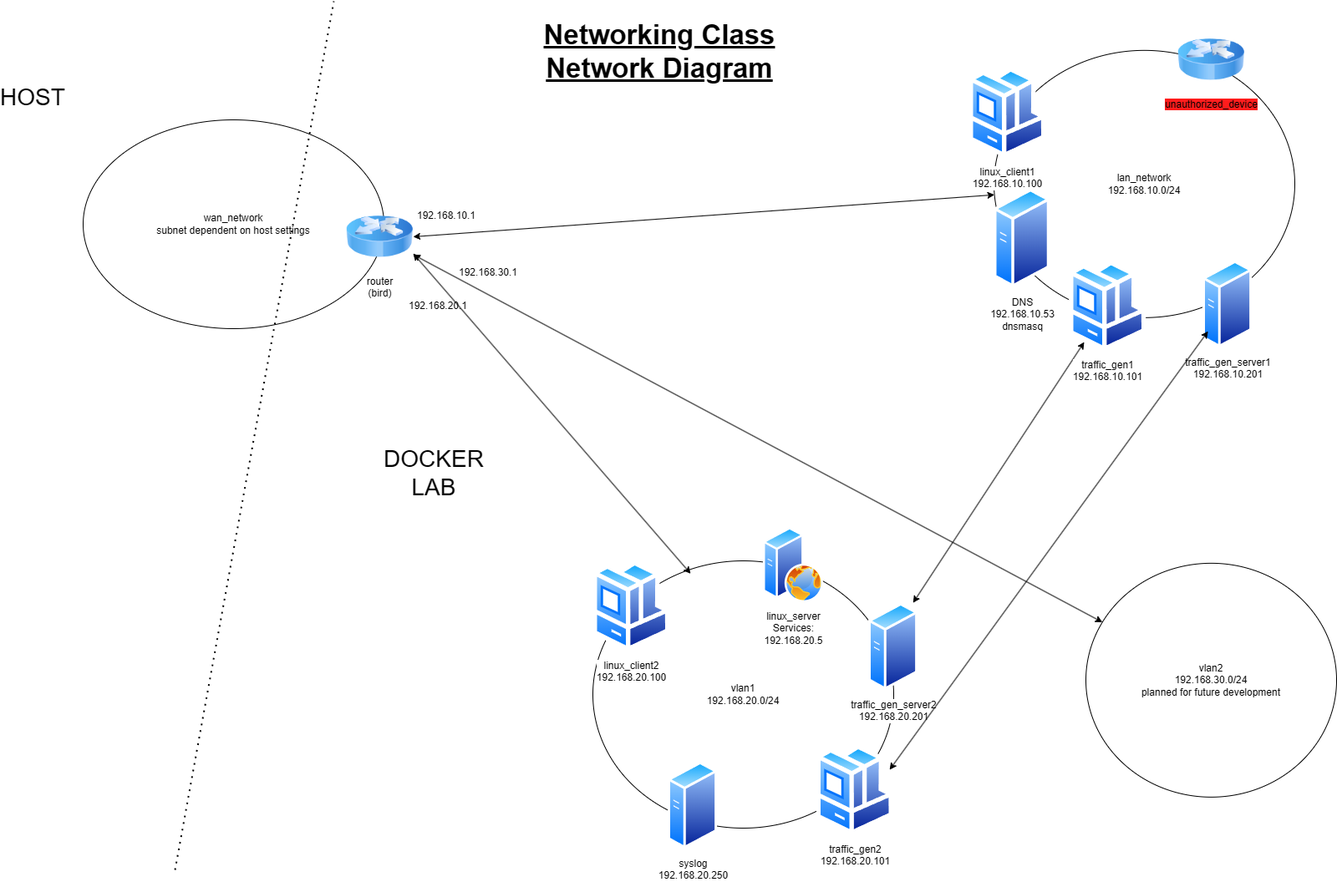
Earlier version of the draw.io export Networking Class January Drill/NetworkingLab.drawio.png (butgreg/Exercises). Source tidied: cells renumbered, new cells last; positions are measured from the earlier drawing's top-left corner, leaving out a move shared by most shapes.
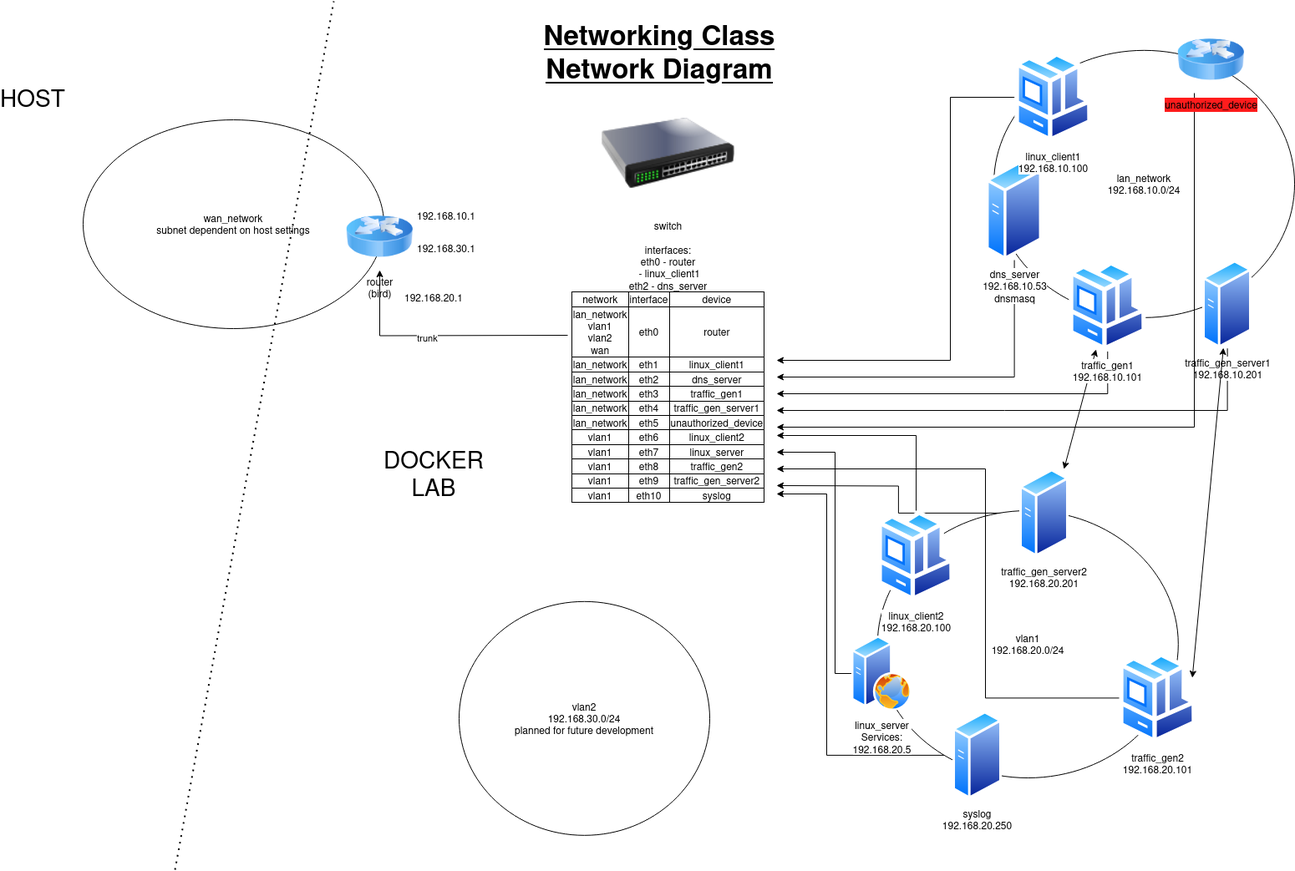
The same file after the commit.

Change to the diagram source:
```diff
@@ -2,9 +2,6 @@
   <root>
     <mxCell id="0" />
     <mxCell id="1" parent="0" />
-    <mxCell id="2" value="vlan1&lt;div&gt;192.168.20.0/24&lt;/div&gt;" style="ellipse;whiteSpace=wrap;html=1;" parent="1" vertex="1">
-      <mxGeometry x="700" y="670" width="360" height="320" as="geometry" />
-    </mxCell>
     <mxCell id="3" value="wan_network&lt;br&gt;subnet dependent on host settings" style="ellipse;whiteSpace=wrap;html=1;" parent="1" vertex="1">
       <mxGeometry x="90" y="142" width="360" height="250" as="geometry" />
     </mxCell>
@@ -15,7 +12,7 @@
       </mxGeometry>
     </mxCell>
     <mxCell id="5" value="vlan2&lt;div&gt;192.168.30.0/24&lt;br&gt;planned for future development&lt;/div&gt;" style="ellipse;whiteSpace=wrap;html=1;" parent="1" vertex="1">
-      <mxGeometry x="1290" y="672.9" width="300" height="280" as="geometry" />
+      <mxGeometry x="540" y="718.8" width="300" height="280" as="geometry" />
     </mxCell>
     <mxCell id="6" value="router&lt;div&gt;(bird)&lt;/div&gt;" style="image;html=1;image=img/lib/clip_art/networking/Router_Icon_128x128.png;" parent="1" vertex="1">
       <mxGeometry x="405" y="242" width="80" height="80" as="geometry" />
@@ -23,15 +20,6 @@
     <mxCell id="7" value="192.168.10.1" style="text;html=1;align=center;verticalAlign=middle;whiteSpace=wrap;rounded=0;" parent="1" vertex="1">
       <mxGeometry x="495" y="242" width="60" height="30" as="geometry" />
     </mxCell>
-    <mxCell id="8" style="endArrow=classic;startArrow=classic;html=1;rounded=0;entryX=0.325;entryY=0.048;entryDx=0;entryDy=0;entryPerimeter=0;exitX=1;exitY=0.75;exitDx=0;exitDy=0;" parent="1" edge="1" source="6" target="2">
-      <mxGeometry relative="1" as="geometry" />
-    </mxCell>
-    <mxCell id="9" style="endArrow=classic;startArrow=classic;html=1;rounded=0;exitX=1;exitY=0.5;exitDx=0;exitDy=0;" parent="1" edge="1" source="6" target="22">
-      <mxGeometry relative="1" as="geometry" />
-    </mxCell>
-    <mxCell id="10" style="endArrow=classic;startArrow=classic;html=1;rounded=0;" parent="1" edge="1" source="5" target="6">
-      <mxGeometry relative="1" as="geometry" />
-    </mxCell>
     <mxCell id="11" value="HOST" style="text;html=1;align=center;verticalAlign=middle;whiteSpace=wrap;rounded=0;fontSize=28;" parent="1" vertex="1">
       <mxGeometry y="100" width="60" height="30" as="geometry" />
     </mxCell>
@@ -42,49 +30,148 @@
       <mxGeometry x="630" y="20" width="300" height="80" as="geometry" />
     </mxCell>
     <mxCell id="14" value="192.168.20.1" style="text;html=1;align=center;verticalAlign=middle;whiteSpace=wrap;rounded=0;" parent="1" vertex="1">
-      <mxGeometry x="485" y="350" width="60" height="30" as="geometry" />
+      <mxGeometry x="480" y="340" width="60" height="30" as="geometry" />
     </mxCell>
     <mxCell id="15" value="192.168.30.1" style="text;html=1;align=center;verticalAlign=middle;whiteSpace=wrap;rounded=0;" parent="1" vertex="1">
-      <mxGeometry x="545" y="310" width="60" height="30" as="geometry" />
+      <mxGeometry x="495" y="280.6" width="60" height="30" as="geometry" />
     </mxCell>
+    <mxCell id="21" style="endArrow=classic;startArrow=classic;html=1;rounded=0;exitX=0.899;exitY=0.002;exitDx=0;exitDy=0;exitPerimeter=0;" parent="1" edge="1" source="20" target="25">
+      <mxGeometry relative="1" as="geometry" />
+    </mxCell>
+    <mxCell id="22" value="lan_network&lt;div&gt;192.168.10.0/24&lt;/div&gt;" style="ellipse;whiteSpace=wrap;html=1;" parent="1" vertex="1">
+      <mxGeometry x="1180" y="58.8" width="360" height="320" as="geometry" />
+    </mxCell>
+    <mxCell id="29" style="edgeStyle=orthogonalEdgeStyle;rounded=0;jettySize=auto;html=1;" parent="1" edge="1" source="23">
+      <mxGeometry relative="1" as="geometry">
+        <mxPoint x="920" y="450" as="targetPoint" />
+        <Array as="points">
+          <mxPoint x="1205" y="450" />
+        </Array>
+      </mxGeometry>
+    </mxCell>
+    <mxCell id="23" value="dns_server&lt;div&gt;192.168.10.53&lt;/div&gt;&lt;div&gt;dnsmasq&lt;/div&gt;" style="image;perimeter=ellipsePerimeter;html=1;align=center;shadow=0;dashed=0;spacingTop=3;image=img/lib/active_directory/generic_server.svg;" parent="1" vertex="1">
+      <mxGeometry x="1171" y="190" width="67.2" height="120" as="geometry" />
+    </mxCell>
+    <mxCell id="30" style="edgeStyle=orthogonalEdgeStyle;rounded=0;jettySize=auto;html=1;" parent="1" edge="1" source="24">
+      <mxGeometry relative="1" as="geometry">
+        <mxPoint x="920" y="430" as="targetPoint" />
+        <Array as="points">
+          <mxPoint x="1128" y="115" />
+          <mxPoint x="1128" y="430" />
+        </Array>
+      </mxGeometry>
+    </mxCell>
+    <mxCell id="24" value="linux_client1&lt;div&gt;192.168.10.100&lt;/div&gt;" style="image;perimeter=ellipsePerimeter;html=1;align=center;shadow=0;dashed=0;spacingTop=3;image=img/lib/active_directory/workstation_client.svg;" parent="1" vertex="1">
+      <mxGeometry x="1205" y="60.6" width="92.5" height="108.8" as="geometry" />
+    </mxCell>
+    <mxCell id="31" style="edgeStyle=orthogonalEdgeStyle;rounded=0;jettySize=auto;html=1;" parent="1" edge="1" source="25">
+      <mxGeometry relative="1" as="geometry">
+        <mxPoint x="920" y="470" as="targetPoint" />
+        <Array as="points">
+          <mxPoint x="1316" y="470" />
+        </Array>
+      </mxGeometry>
+    </mxCell>
+    <mxCell id="25" value="traffic_gen1&lt;div&gt;192.168.10.101&lt;/div&gt;" style="image;perimeter=ellipsePerimeter;html=1;align=center;shadow=0;dashed=0;spacingTop=3;image=img/lib/active_directory/workstation_client.svg;" parent="1" vertex="1">
+      <mxGeometry x="1270" y="310.6" width="92.5" height="108.8" as="geometry" />
+    </mxCell>
+    <mxCell id="32" style="edgeStyle=orthogonalEdgeStyle;rounded=0;jettySize=auto;html=1;" parent="1" edge="1" source="26">
+      <mxGeometry relative="1" as="geometry">
+        <mxPoint x="920" y="490" as="targetPoint" />
+        <Array as="points">
+          <mxPoint x="1460" y="490" />
+        </Array>
+      </mxGeometry>
+    </mxCell>
+    <mxCell id="26" value="traffic_gen_server1&lt;div&gt;192.168.10.201&lt;/div&gt;" style="image;perimeter=ellipsePerimeter;html=1;align=center;shadow=0;dashed=0;spacingTop=3;image=img/lib/active_directory/generic_server.svg;" parent="1" vertex="1">
+      <mxGeometry x="1430" y="310" width="59.2" height="105.7" as="geometry" />
+    </mxCell>
+    <mxCell id="33" style="edgeStyle=orthogonalEdgeStyle;rounded=0;jettySize=auto;html=1;" parent="1" edge="1" source="27">
+      <mxGeometry relative="1" as="geometry">
+        <mxPoint x="920" y="510" as="targetPoint" />
+        <Array as="points">
+          <mxPoint x="1420" y="510" />
+        </Array>
+      </mxGeometry>
+    </mxCell>
+    <mxCell id="27" value="&lt;span style=&quot;background-color: rgb(255, 28, 28);&quot;&gt;unauthorized_device&lt;/span&gt;" style="image;html=1;image=img/lib/clip_art/networking/Router_Icon_128x128.png;" parent="1" vertex="1">
+      <mxGeometry x="1400" y="30" width="80" height="80" as="geometry" />
+    </mxCell>
+    <mxCell id="28" style="endArrow=classic;startArrow=classic;html=1;rounded=0;exitX=1;exitY=0.25;exitDx=0;exitDy=0;" parent="1" edge="1" source="18" target="26">
+      <mxGeometry relative="1" as="geometry" />
+    </mxCell>
+    <mxCell id="34" style="edgeStyle=orthogonalEdgeStyle;rounded=0;jettySize=auto;html=1;" parent="1" edge="1" target="6">
+      <mxGeometry relative="1" as="geometry">
+        <mxPoint x="670" y="400" as="sourcePoint" />
+      </mxGeometry>
+    </mxCell>
+    <mxCell id="35" value="trunk" style="edgeLabel;html=1;align=center;verticalAlign=middle;" parent="34" vertex="1">
+      <mxGeometry x="0.12" y="2" relative="1" as="geometry" />
+    </mxCell>
+    <mxCell id="36" value="&lt;div&gt;switch&lt;/div&gt;&lt;div&gt;&lt;br&gt;&lt;/div&gt;&lt;div&gt;interfaces:&lt;/div&gt;&lt;div&gt;eth0 - router&lt;/div&gt;&lt;div&gt;&amp;nbsp;- linux_client1&lt;/div&gt;&lt;div&gt;eth2 - dns_server&lt;/div&gt;&lt;div&gt;&lt;table style=&quot;border: 1px solid rgb(0, 0, 0); border-collapse: collapse;&quot; border=&quot;1&quot;&gt;&lt;tbody&gt;&lt;tr&gt;&lt;td&gt;network&lt;br&gt;&lt;/td&gt;&lt;td&gt;interface&lt;br&gt;&lt;/td&gt;&lt;td&gt;device&lt;br&gt;&lt;/td&gt;&lt;/tr&gt;&lt;tr&gt;&lt;td&gt;lan_network&lt;br&gt;vlan1&lt;br&gt;vlan2&lt;br&gt;wan&lt;br&gt;&lt;/td&gt;&lt;td&gt;eth0&lt;/td&gt;&lt;td&gt;router&lt;br&gt;&lt;/td&gt;&lt;/tr&gt;&lt;tr&gt;&lt;td&gt;lan_network&lt;br&gt;&lt;/td&gt;&lt;td&gt;eth1&lt;br&gt;&lt;/td&gt;&lt;td&gt;linux_client1&lt;br&gt;&lt;/td&gt;&lt;/tr&gt;&lt;tr&gt;&lt;td&gt;lan_network&lt;br&gt;&lt;/td&gt;&lt;td&gt;eth2&lt;br&gt;&lt;/td&gt;&lt;td&gt;dns_server&lt;br&gt;&lt;/td&gt;&lt;/tr&gt;&lt;tr&gt;&lt;td&gt;lan_network&lt;/td&gt;&lt;td&gt;eth3&lt;br&gt;&lt;/td&gt;&lt;td&gt;traffic_gen1&lt;/td&gt;&lt;/tr&gt;&lt;tr&gt;&lt;td&gt;lan_network&lt;/td&gt;&lt;td&gt;eth4&lt;/td&gt;&lt;td&gt;traffic_gen_server1&lt;br&gt;&lt;/td&gt;&lt;/tr&gt;&lt;tr&gt;&lt;td&gt;lan_network&lt;/td&gt;&lt;td&gt;eth5&lt;/td&gt;&lt;td&gt;unauthorized_device&lt;br&gt;&lt;/td&gt;&lt;/tr&gt;&lt;tr&gt;&lt;td&gt;vlan1&lt;br&gt;&lt;/td&gt;&lt;td&gt;eth6&lt;/td&gt;&lt;td&gt;linux_client2&lt;br&gt;&lt;/td&gt;&lt;/tr&gt;&lt;tr&gt;&lt;td&gt;vlan1&lt;/td&gt;&lt;td&gt;eth7&lt;/td&gt;&lt;td&gt;linux_server&lt;br&gt;&lt;/td&gt;&lt;/tr&gt;&lt;tr&gt;&lt;td&gt;vlan1&lt;/td&gt;&lt;td&gt;eth8&lt;/td&gt;&lt;td&gt;traffic_gen2&lt;br&gt;&lt;/td&gt;&lt;/tr&gt;&lt;tr&gt;&lt;td&gt;vlan1&lt;/td&gt;&lt;td&gt;eth9&lt;/td&gt;&lt;td&gt;traffic_gen_server2&lt;br&gt;&lt;/td&gt;&lt;/tr&gt;&lt;tr&gt;&lt;td&gt;vlan1&lt;/td&gt;&lt;td&gt;eth10&lt;/td&gt;&lt;td&gt;syslog&lt;br&gt;&lt;/td&gt;&lt;/tr&gt;&lt;/tbody&gt;&lt;/table&gt;&lt;br&gt;&lt;/div&gt;" style="image;html=1;image=img/lib/clip_art/networking/Switch_128x128.png;" parent="1" vertex="1">
+      <mxGeometry x="710" y="110" width="160" height="145" as="geometry" />
+    </mxCell>
+    <mxCell id="37" style="edgeStyle=orthogonalEdgeStyle;rounded=0;jettySize=auto;html=1;" parent="1" edge="1" source="16">
+      <mxGeometry relative="1" as="geometry">
+        <mxPoint x="920" y="540" as="targetPoint" />
+        <Array as="points">
+          <mxPoint x="990" y="805" />
+          <mxPoint x="990" y="540" />
+        </Array>
+      </mxGeometry>
+    </mxCell>
+    <mxCell id="38" style="edgeStyle=orthogonalEdgeStyle;rounded=0;jettySize=auto;html=1;" parent="1" edge="1" source="17">
+      <mxGeometry relative="1" as="geometry">
+        <mxPoint x="920" y="520" as="targetPoint" />
+        <Array as="points">
+          <mxPoint x="1087" y="520" />
+          <mxPoint x="930" y="520" />
+        </Array>
+      </mxGeometry>
+    </mxCell>
+    <mxCell id="39" style="edgeStyle=orthogonalEdgeStyle;rounded=0;jettySize=auto;html=1;" parent="1" edge="1" source="19">
+      <mxGeometry relative="1" as="geometry">
+        <mxPoint x="920" y="590" as="targetPoint" />
+        <Array as="points">
+          <mxPoint x="980" y="903" />
+          <mxPoint x="980" y="590" />
+        </Array>
+      </mxGeometry>
+    </mxCell>
+    <mxCell id="40" style="edgeStyle=orthogonalEdgeStyle;rounded=0;jettySize=auto;html=1;" parent="1" edge="1" source="20">
+      <mxGeometry relative="1" as="geometry">
+        <mxPoint x="920" y="580" as="targetPoint" />
+      </mxGeometry>
+    </mxCell>
+    <mxCell id="41" style="group;" parent="1" vertex="1">
+      <mxGeometry x="1010" y="560" width="412.5" height="395.7" as="geometry" />
+    </mxCell>
+    <mxCell id="2" value="vlan1&lt;div&gt;192.168.20.0/24&lt;/div&gt;" style="ellipse;whiteSpace=wrap;html=1;" parent="41" vertex="1">
+      <mxGeometry x="30.8" y="50" width="360" height="320" as="geometry" />
+    </mxCell>
-    <mxCell id="16" value="linux_server&lt;div&gt;Services:&lt;br&gt;192.168.20.5&lt;/div&gt;" style="image;perimeter=ellipsePerimeter;html=1;align=center;shadow=0;dashed=0;spacingTop=3;image=img/lib/active_directory/web_server.svg;" parent="1" vertex="1">
-      <mxGeometry x="904" y="630" width="72" height="90" as="geometry" />
+    <mxCell id="16" value="linux_server&lt;div&gt;Services:&lt;br&gt;192.168.20.5&lt;/div&gt;" style="image;perimeter=ellipsePerimeter;html=1;align=center;shadow=0;dashed=0;spacingTop=3;image=img/lib/active_directory/web_server.svg;" parent="41" vertex="1">
+      <mxGeometry y="200" width="72" height="90" as="geometry" />
     </mxCell>
-    <mxCell id="17" value="linux_client2&lt;div&gt;192.168.20.100&lt;/div&gt;" style="image;perimeter=ellipsePerimeter;html=1;align=center;shadow=0;dashed=0;spacingTop=3;image=img/lib/active_directory/workstation_client.svg;" parent="1" vertex="1">
-      <mxGeometry x="700" y="670" width="92.5" height="108.8" as="geometry" />
+    <mxCell id="17" value="linux_client2&lt;div&gt;192.168.20.100&lt;/div&gt;" style="image;perimeter=ellipsePerimeter;html=1;align=center;shadow=0;dashed=0;spacingTop=3;image=img/lib/active_directory/workstation_client.svg;" parent="41" vertex="1">
+      <mxGeometry x="30.8" y="50" width="92.5" height="108.8" as="geometry" />
     </mxCell>
-    <mxCell id="18" value="traffic_gen2&lt;div&gt;192.168.20.101&lt;/div&gt;" style="image;perimeter=ellipsePerimeter;html=1;align=center;shadow=0;dashed=0;spacingTop=3;image=img/lib/active_directory/workstation_client.svg;" parent="1" vertex="1">
-      <mxGeometry x="967.5" y="890" width="92.5" height="108.8" as="geometry" />
+    <mxCell id="18" value="traffic_gen2&lt;div&gt;192.168.20.101&lt;/div&gt;" style="image;perimeter=ellipsePerimeter;html=1;align=center;shadow=0;dashed=0;spacingTop=3;image=img/lib/active_directory/workstation_client.svg;" parent="41" vertex="1">
+      <mxGeometry x="320" y="220" width="92.5" height="108.8" as="geometry" />
     </mxCell>
-    <mxCell id="19" value="syslog&lt;br&gt;&lt;div&gt;192.168.20.250&lt;/div&gt;" style="image;perimeter=ellipsePerimeter;html=1;align=center;shadow=0;dashed=0;spacingTop=3;image=img/lib/active_directory/generic_server.svg;" parent="1" vertex="1">
-      <mxGeometry x="790" y="910" width="59.2" height="105.7" as="geometry" />
+    <mxCell id="19" value="syslog&lt;br&gt;&lt;div&gt;192.168.20.250&lt;/div&gt;" style="image;perimeter=ellipsePerimeter;html=1;align=center;shadow=0;dashed=0;spacingTop=3;image=img/lib/active_directory/generic_server.svg;" parent="41" vertex="1">
+      <mxGeometry x="120.8" y="290" width="59.2" height="105.7" as="geometry" />
     </mxCell>
-    <mxCell id="20" value="traffic_gen_server2&lt;div&gt;192.168.20.201&lt;/div&gt;" style="image;perimeter=ellipsePerimeter;html=1;align=center;shadow=0;dashed=0;spacingTop=3;image=img/lib/active_directory/generic_server.svg;" parent="1" vertex="1">
-      <mxGeometry x="1030" y="720" width="59.2" height="105.7" as="geometry" />
+    <mxCell id="20" value="traffic_gen_server2&lt;div&gt;192.168.20.201&lt;/div&gt;" style="image;perimeter=ellipsePerimeter;html=1;align=center;shadow=0;dashed=0;spacingTop=3;image=img/lib/active_directory/generic_server.svg;" parent="41" vertex="1">
+      <mxGeometry x="200.8" width="59.2" height="105.7" as="geometry" />
     </mxCell>
-    <mxCell id="21" style="endArrow=classic;startArrow=classic;html=1;rounded=0;exitX=0.899;exitY=0.002;exitDx=0;exitDy=0;exitPerimeter=0;" parent="1" edge="1" source="20" target="25">
-      <mxGeometry relative="1" as="geometry" />
-    </mxCell>
-    <mxCell id="22" value="lan_network&lt;div&gt;192.168.10.0/24&lt;/div&gt;" style="ellipse;whiteSpace=wrap;html=1;" parent="1" vertex="1">
-      <mxGeometry x="1180" y="58.8" width="360" height="320" as="geometry" />
-    </mxCell>
-    <mxCell id="23" value="DNS&lt;div&gt;192.168.10.53&lt;/div&gt;&lt;div&gt;dnsmasq&lt;/div&gt;" style="image;perimeter=ellipsePerimeter;html=1;align=center;shadow=0;dashed=0;spacingTop=3;image=img/lib/active_directory/generic_server.svg;" parent="1" vertex="1">
-      <mxGeometry x="1180" y="223.8" width="67.2" height="120" as="geometry" />
-    </mxCell>
-    <mxCell id="24" value="linux_client1&lt;div&gt;192.168.10.100&lt;/div&gt;" style="image;perimeter=ellipsePerimeter;html=1;align=center;shadow=0;dashed=0;spacingTop=3;image=img/lib/active_directory/workstation_client.svg;" parent="1" vertex="1">
-      <mxGeometry x="1150" y="78.8" width="92.5" height="108.8" as="geometry" />
-    </mxCell>
-    <mxCell id="25" value="traffic_gen1&lt;div&gt;192.168.10.101&lt;/div&gt;" style="image;perimeter=ellipsePerimeter;html=1;align=center;shadow=0;dashed=0;spacingTop=3;image=img/lib/active_directory/workstation_client.svg;" parent="1" vertex="1">
-      <mxGeometry x="1270" y="310.6" width="92.5" height="108.8" as="geometry" />
-    </mxCell>
-    <mxCell id="26" value="traffic_gen_server1&lt;div&gt;192.168.10.201&lt;/div&gt;" style="image;perimeter=ellipsePerimeter;html=1;align=center;shadow=0;dashed=0;spacingTop=3;image=img/lib/active_directory/generic_server.svg;" parent="1" vertex="1">
-      <mxGeometry x="1430" y="310" width="59.2" height="105.7" as="geometry" />
-    </mxCell>
-    <mxCell id="27" value="&lt;span style=&quot;background-color: rgb(255, 28, 28);&quot;&gt;unauthorized_device&lt;/span&gt;" style="image;html=1;image=img/lib/clip_art/networking/Router_Icon_128x128.png;" parent="1" vertex="1">
-      <mxGeometry x="1400" y="30" width="80" height="80" as="geometry" />
-    </mxCell>
-    <mxCell id="28" style="endArrow=classic;startArrow=classic;html=1;rounded=0;exitX=1;exitY=0.25;exitDx=0;exitDy=0;" parent="1" edge="1" source="18" target="26">
-      <mxGeometry relative="1" as="geometry" />
-    </mxCell>
+    <mxCell id="42" style="edgeStyle=orthogonalEdgeStyle;rounded=0;jettySize=auto;html=1;" parent="1" edge="1" source="18">
+      <mxGeometry relative="1" as="geometry">
+        <mxPoint x="920" y="560" as="targetPoint" />
+        <Array as="points">
+          <mxPoint x="1170" y="834" />
+          <mxPoint x="1170" y="560" />
+        </Array>
+      </mxGeometry>
+    </mxCell>
   </root>
 </mxGraphModel>
```
